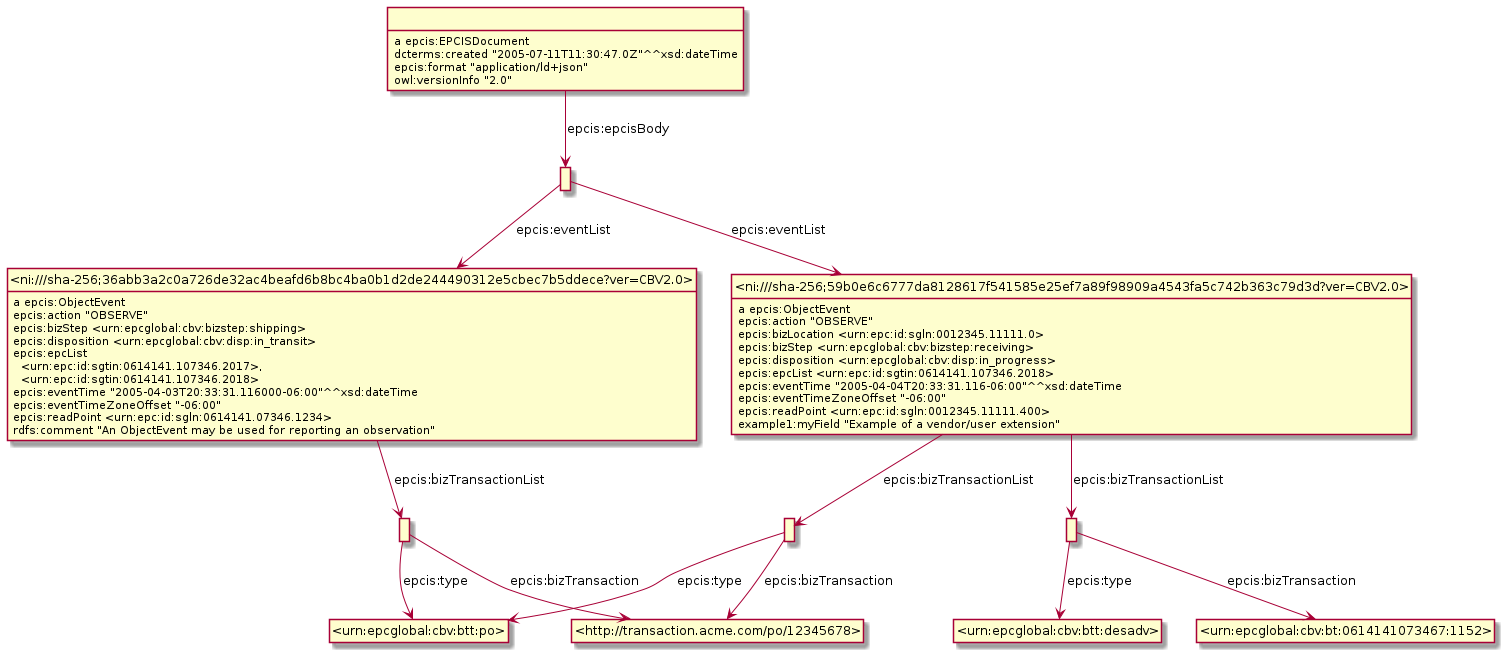
Earlier version of the PlantUML export Diagrams/Example_9.6.1-with-comment.png (gs1/EPCIS).
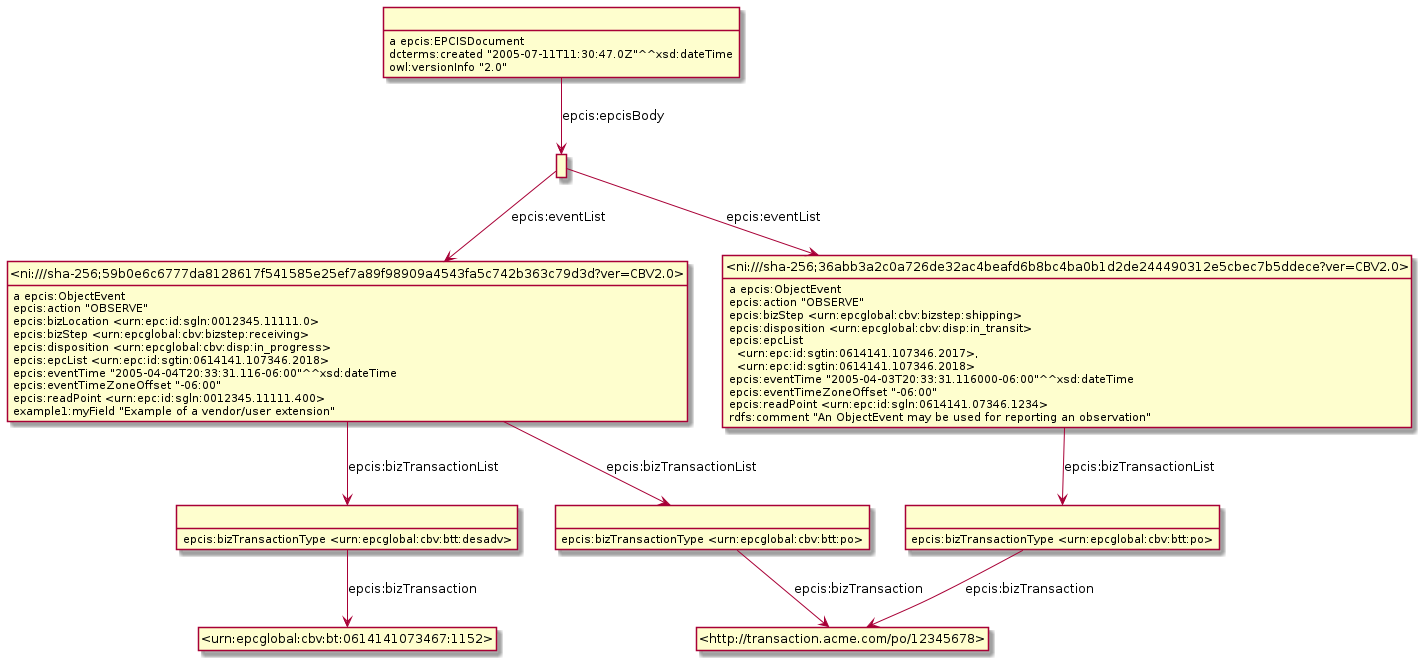
The same file after the commit.

What changed in the source:
```diff
@@ -3,33 +3,12 @@
 hide empty attributes
 hide circle
 skinparam classAttributeIconSize 0
-class _r1623307982r4_ as " "
-class _urn_epcglobal_cbv_btt_po_ as "<urn:epcglobal:cbv:btt:po>"
-_r1623307982r4_ -down-> _urn_epcglobal_cbv_btt_po_ : epcis:type
-class _http_transaction_acme_com_po_12345678_ as "<http://transaction.acme.com/po/12345678>"
-_r1623307982r4_ -down-> _http_transaction_acme_com_po_12345678_ : epcis:bizTransaction
-class _ni_sha_256_36abb3a2c0a726de32ac4beafd6b8bc4ba0b1d2de244490312e5cbec7b5ddece_ver_CBV2_0_ as "<ni:///sha-256;36abb3a2c0a726de32ac4beafd6b8bc4ba0b1d2de244490312e5cbec7b5ddece?ver=CBV2.0>"
-_ni_sha_256_36abb3a2c0a726de32ac4beafd6b8bc4ba0b1d2de244490312e5cbec7b5ddece_ver_CBV2_0_ : a epcis:ObjectEvent
-_ni_sha_256_36abb3a2c0a726de32ac4beafd6b8bc4ba0b1d2de244490312e5cbec7b5ddece_ver_CBV2_0_ -down-> _r1623307982r4_ : epcis:bizTransactionList
-_ni_sha_256_36abb3a2c0a726de32ac4beafd6b8bc4ba0b1d2de244490312e5cbec7b5ddece_ver_CBV2_0_ : epcis:action "OBSERVE"
-_ni_sha_256_36abb3a2c0a726de32ac4beafd6b8bc4ba0b1d2de244490312e5cbec7b5ddece_ver_CBV2_0_ : epcis:bizStep <urn:epcglobal:cbv:bizstep:shipping>
-_ni_sha_256_36abb3a2c0a726de32ac4beafd6b8bc4ba0b1d2de244490312e5cbec7b5ddece_ver_CBV2_0_ : epcis:disposition <urn:epcglobal:cbv:disp:in_transit>
-_ni_sha_256_36abb3a2c0a726de32ac4beafd6b8bc4ba0b1d2de244490312e5cbec7b5ddece_ver_CBV2_0_ : epcis:epcList\n  <urn:epc:id:sgtin:0614141.107346.2017>,\n  <urn:epc:id:sgtin:0614141.107346.2018>
-_ni_sha_256_36abb3a2c0a726de32ac4beafd6b8bc4ba0b1d2de244490312e5cbec7b5ddece_ver_CBV2_0_ : epcis:eventTime "2005-04-03T20:33:31.116000-06:00"^^xsd:dateTime
-_ni_sha_256_36abb3a2c0a726de32ac4beafd6b8bc4ba0b1d2de244490312e5cbec7b5ddece_ver_CBV2_0_ : epcis:eventTimeZoneOffset "-06:00"
-_ni_sha_256_36abb3a2c0a726de32ac4beafd6b8bc4ba0b1d2de244490312e5cbec7b5ddece_ver_CBV2_0_ : epcis:readPoint <urn:epc:id:sgln:0614141.07346.1234>
-_ni_sha_256_36abb3a2c0a726de32ac4beafd6b8bc4ba0b1d2de244490312e5cbec7b5ddece_ver_CBV2_0_ : rdfs:comment "An ObjectEvent may be used for reporting an observation"
-class _r1623307982r3_ as " "
 class _ni_sha_256_59b0e6c6777da8128617f541585e25ef7a89f98909a4543fa5c742b363c79d3d_ver_CBV2_0_ as "<ni:///sha-256;59b0e6c6777da8128617f541585e25ef7a89f98909a4543fa5c742b363c79d3d?ver=CBV2.0>"
-_r1623307982r3_ -down-> _ni_sha_256_59b0e6c6777da8128617f541585e25ef7a89f98909a4543fa5c742b363c79d3d_ver_CBV2_0_ : epcis:eventList
-_r1623307982r3_ -down-> _ni_sha_256_36abb3a2c0a726de32ac4beafd6b8bc4ba0b1d2de244490312e5cbec7b5ddece_ver_CBV2_0_ : epcis:eventList
-class _r1623307982r0_ as " "
-_r1623307982r0_ -down-> _http_transaction_acme_com_po_12345678_ : epcis:bizTransaction
-_r1623307982r0_ -down-> _urn_epcglobal_cbv_btt_po_ : epcis:type
 _ni_sha_256_59b0e6c6777da8128617f541585e25ef7a89f98909a4543fa5c742b363c79d3d_ver_CBV2_0_ : a epcis:ObjectEvent
-class _r1623307982r1_ as " "
-_ni_sha_256_59b0e6c6777da8128617f541585e25ef7a89f98909a4543fa5c742b363c79d3d_ver_CBV2_0_ -down-> _r1623307982r1_ : epcis:bizTransactionList
-_ni_sha_256_59b0e6c6777da8128617f541585e25ef7a89f98909a4543fa5c742b363c79d3d_ver_CBV2_0_ -down-> _r1623307982r0_ : epcis:bizTransactionList
+class _r1623934085r0_ as " "
+_ni_sha_256_59b0e6c6777da8128617f541585e25ef7a89f98909a4543fa5c742b363c79d3d_ver_CBV2_0_ -down-> _r1623934085r0_ : epcis:bizTransactionList
+class _r1623934085r1_ as " "
+_ni_sha_256_59b0e6c6777da8128617f541585e25ef7a89f98909a4543fa5c742b363c79d3d_ver_CBV2_0_ -down-> _r1623934085r1_ : epcis:bizTransactionList
 _ni_sha_256_59b0e6c6777da8128617f541585e25ef7a89f98909a4543fa5c742b363c79d3d_ver_CBV2_0_ : epcis:action "OBSERVE"
 _ni_sha_256_59b0e6c6777da8128617f541585e25ef7a89f98909a4543fa5c742b363c79d3d_ver_CBV2_0_ : epcis:bizLocation <urn:epc:id:sgln:0012345.11111.0>
 _ni_sha_256_59b0e6c6777da8128617f541585e25ef7a89f98909a4543fa5c742b363c79d3d_ver_CBV2_0_ : epcis:bizStep <urn:epcglobal:cbv:bizstep:receiving>
@@ -39,14 +18,32 @@
 _ni_sha_256_59b0e6c6777da8128617f541585e25ef7a89f98909a4543fa5c742b363c79d3d_ver_CBV2_0_ : epcis:eventTimeZoneOffset "-06:00"
 _ni_sha_256_59b0e6c6777da8128617f541585e25ef7a89f98909a4543fa5c742b363c79d3d_ver_CBV2_0_ : epcis:readPoint <urn:epc:id:sgln:0012345.11111.400>
 _ni_sha_256_59b0e6c6777da8128617f541585e25ef7a89f98909a4543fa5c742b363c79d3d_ver_CBV2_0_ : example1:myField "Example of a vendor/user extension"
-class _r1623307982r2_ as " "
-_r1623307982r2_ : a epcis:EPCISDocument
-_r1623307982r2_ -down-> _r1623307982r3_ : epcis:epcisBody
-_r1623307982r2_ : dcterms:created "2005-07-11T11:30:47.0Z"^^xsd:dateTime
-_r1623307982r2_ : epcis:format "application/ld+json"
-_r1623307982r2_ : owl:versionInfo "2.0"
-class _urn_epcglobal_cbv_btt_desadv_ as "<urn:epcglobal:cbv:btt:desadv>"
-_r1623307982r1_ -down-> _urn_epcglobal_cbv_btt_desadv_ : epcis:type
+class _r1623934085r4_ as " "
+class _ni_sha_256_36abb3a2c0a726de32ac4beafd6b8bc4ba0b1d2de244490312e5cbec7b5ddece_ver_CBV2_0_ as "<ni:///sha-256;36abb3a2c0a726de32ac4beafd6b8bc4ba0b1d2de244490312e5cbec7b5ddece?ver=CBV2.0>"
+_r1623934085r4_ -down-> _ni_sha_256_36abb3a2c0a726de32ac4beafd6b8bc4ba0b1d2de244490312e5cbec7b5ddece_ver_CBV2_0_ : epcis:eventList
+_r1623934085r4_ -down-> _ni_sha_256_59b0e6c6777da8128617f541585e25ef7a89f98909a4543fa5c742b363c79d3d_ver_CBV2_0_ : epcis:eventList
+_ni_sha_256_36abb3a2c0a726de32ac4beafd6b8bc4ba0b1d2de244490312e5cbec7b5ddece_ver_CBV2_0_ : a epcis:ObjectEvent
+class _r1623934085r2_ as " "
+_ni_sha_256_36abb3a2c0a726de32ac4beafd6b8bc4ba0b1d2de244490312e5cbec7b5ddece_ver_CBV2_0_ -down-> _r1623934085r2_ : epcis:bizTransactionList
+_ni_sha_256_36abb3a2c0a726de32ac4beafd6b8bc4ba0b1d2de244490312e5cbec7b5ddece_ver_CBV2_0_ : epcis:action "OBSERVE"
+_ni_sha_256_36abb3a2c0a726de32ac4beafd6b8bc4ba0b1d2de244490312e5cbec7b5ddece_ver_CBV2_0_ : epcis:bizStep <urn:epcglobal:cbv:bizstep:shipping>
+_ni_sha_256_36abb3a2c0a726de32ac4beafd6b8bc4ba0b1d2de244490312e5cbec7b5ddece_ver_CBV2_0_ : epcis:disposition <urn:epcglobal:cbv:disp:in_transit>
+_ni_sha_256_36abb3a2c0a726de32ac4beafd6b8bc4ba0b1d2de244490312e5cbec7b5ddece_ver_CBV2_0_ : epcis:epcList\n  <urn:epc:id:sgtin:0614141.107346.2017>,\n  <urn:epc:id:sgtin:0614141.107346.2018>
+_ni_sha_256_36abb3a2c0a726de32ac4beafd6b8bc4ba0b1d2de244490312e5cbec7b5ddece_ver_CBV2_0_ : epcis:eventTime "2005-04-03T20:33:31.116000-06:00"^^xsd:dateTime
+_ni_sha_256_36abb3a2c0a726de32ac4beafd6b8bc4ba0b1d2de244490312e5cbec7b5ddece_ver_CBV2_0_ : epcis:eventTimeZoneOffset "-06:00"
+_ni_sha_256_36abb3a2c0a726de32ac4beafd6b8bc4ba0b1d2de244490312e5cbec7b5ddece_ver_CBV2_0_ : epcis:readPoint <urn:epc:id:sgln:0614141.07346.1234>
+_ni_sha_256_36abb3a2c0a726de32ac4beafd6b8bc4ba0b1d2de244490312e5cbec7b5ddece_ver_CBV2_0_ : rdfs:comment "An ObjectEvent may be used for reporting an observation"
+class _r1623934085r3_ as " "
+_r1623934085r3_ : a epcis:EPCISDocument
+_r1623934085r3_ -down-> _r1623934085r4_ : epcis:epcisBody
+_r1623934085r3_ : dcterms:created "2005-07-11T11:30:47.0Z"^^xsd:dateTime
+_r1623934085r3_ : owl:versionInfo "2.0"
+class _http_transaction_acme_com_po_12345678_ as "<http://transaction.acme.com/po/12345678>"
+_r1623934085r2_ -down-> _http_transaction_acme_com_po_12345678_ : epcis:bizTransaction
+_r1623934085r2_ : epcis:bizTransactionType <urn:epcglobal:cbv:btt:po>
+_r1623934085r1_ -down-> _http_transaction_acme_com_po_12345678_ : epcis:bizTransaction
+_r1623934085r1_ : epcis:bizTransactionType <urn:epcglobal:cbv:btt:po>
 class _urn_epcglobal_cbv_bt_0614141073467_1152_ as "<urn:epcglobal:cbv:bt:0614141073467:1152>"
-_r1623307982r1_ -down-> _urn_epcglobal_cbv_bt_0614141073467_1152_ : epcis:bizTransaction
+_r1623934085r0_ -down-> _urn_epcglobal_cbv_bt_0614141073467_1152_ : epcis:bizTransaction
+_r1623934085r0_ : epcis:bizTransactionType <urn:epcglobal:cbv:btt:desadv>
 @enduml
```
